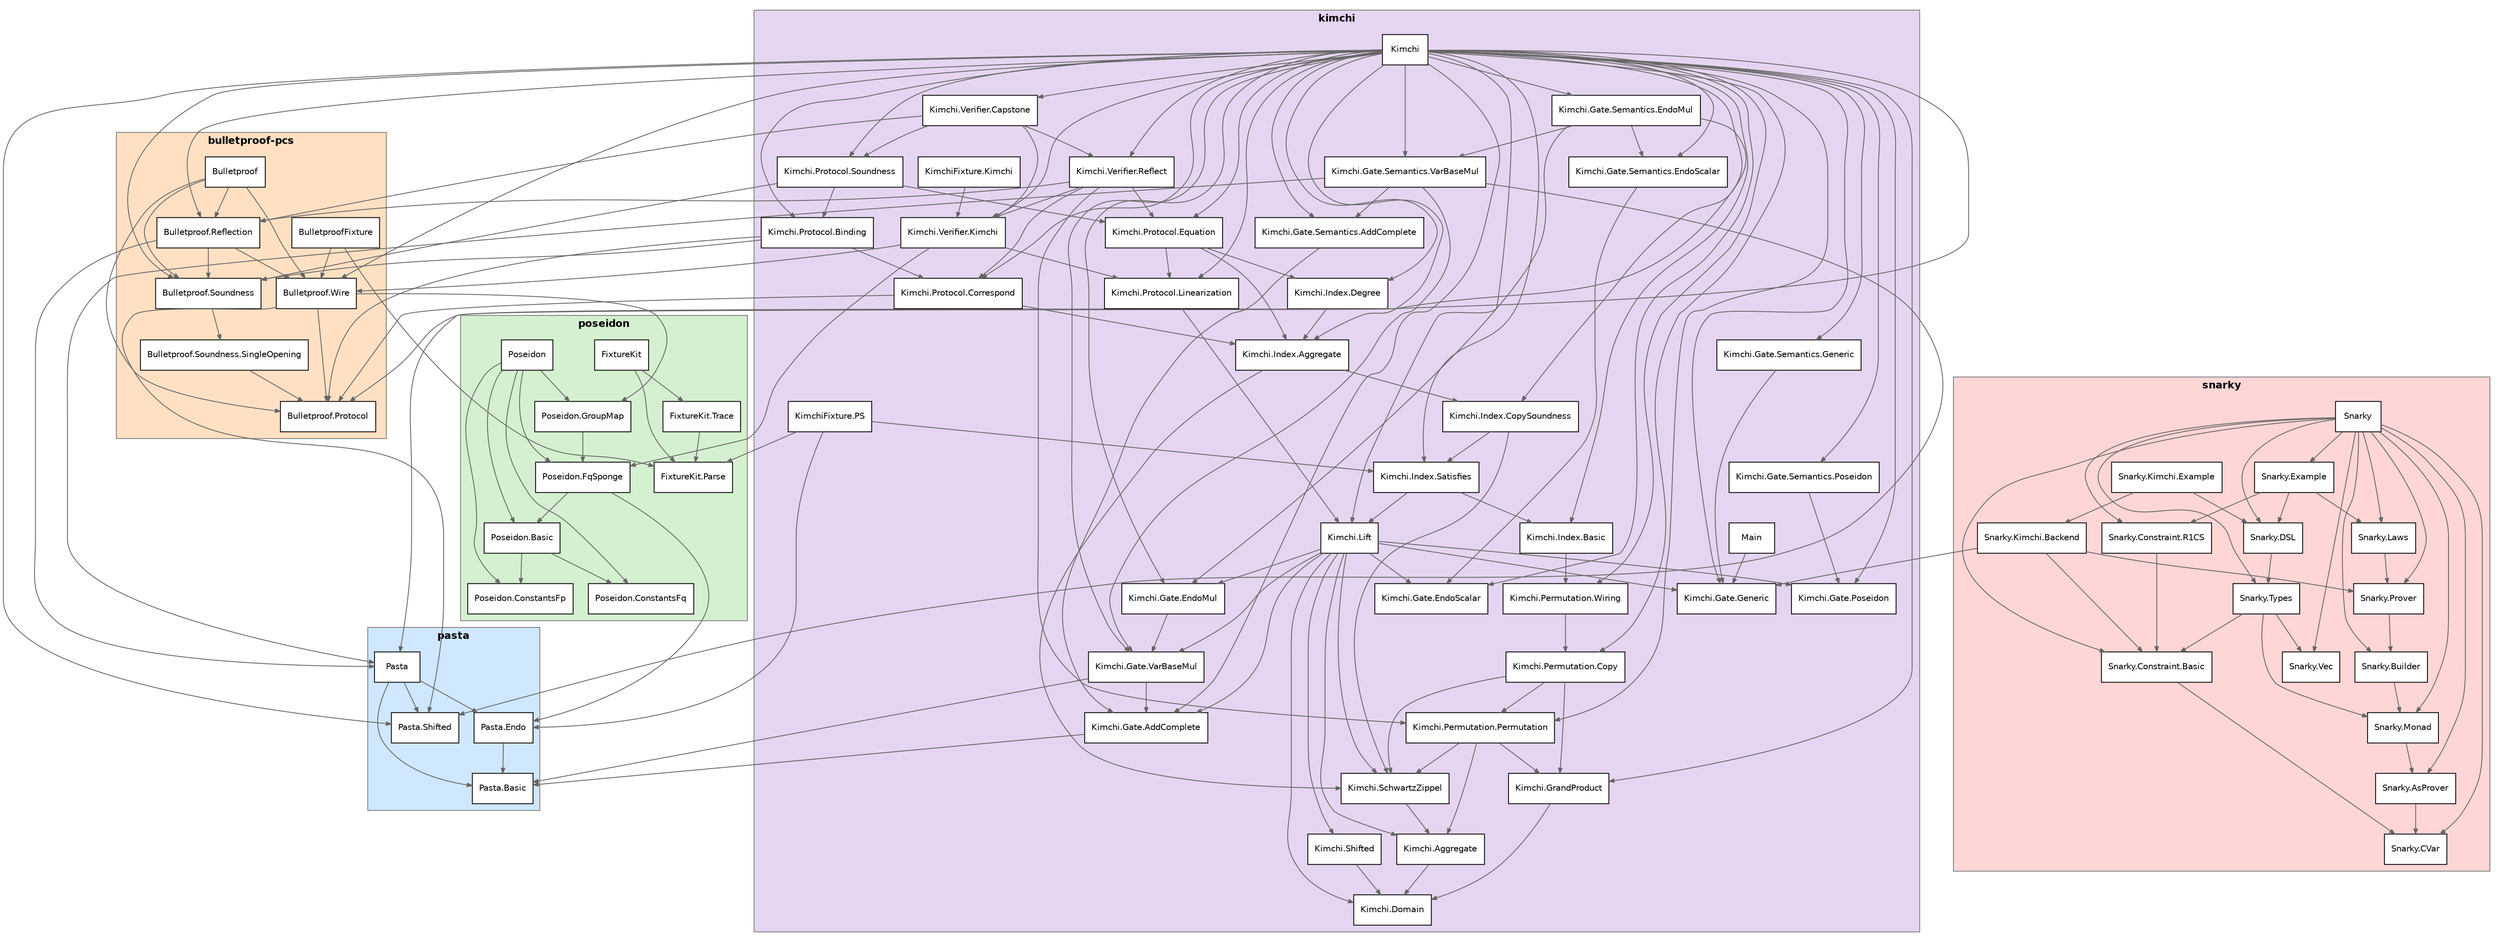
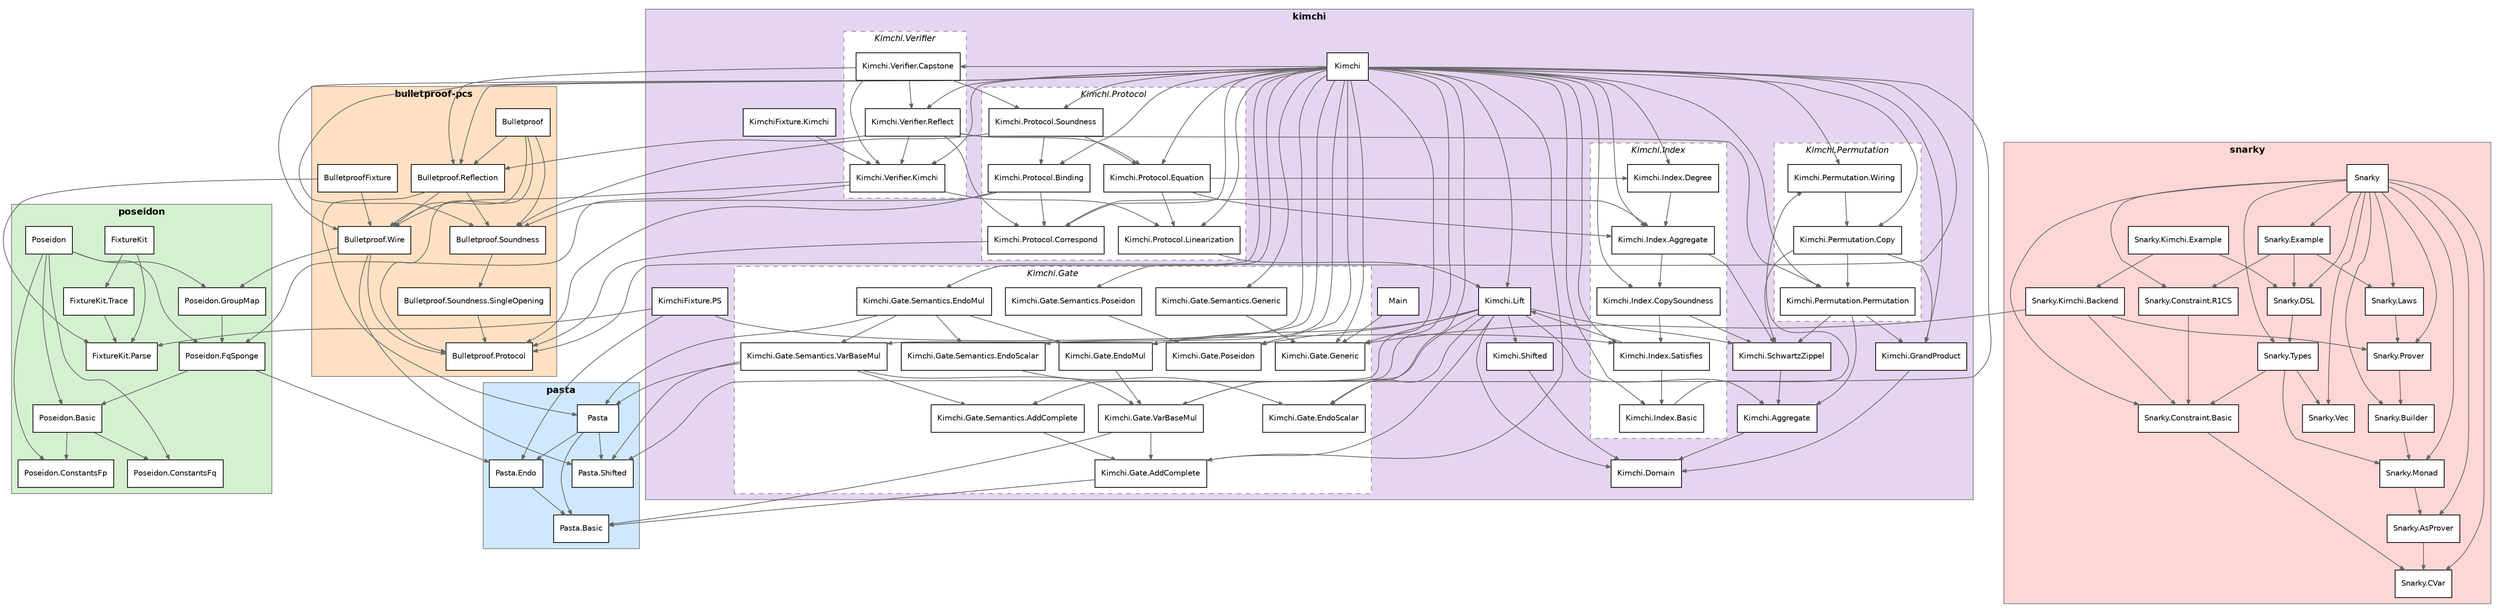
digraph "formal-modules" {
  rankdir=TB;
  node [shape=box, style=filled, fillcolor=white, fontsize=10, fontname="Helvetica"];
  edge [color=gray40, arrowsize=0.6];
  subgraph "cluster_pasta" {
    label="pasta"; style=filled; fillcolor="#cfe8ff";
    color=gray50; fontsize=12; fontname="Helvetica-Bold";
    "Pasta.Basic";
    "Pasta.Endo";
    "Pasta";
    "Pasta.Shifted";
  }
  subgraph "cluster_poseidon" {
    label="poseidon"; style=filled; fillcolor="#d5f0d0";
    color=gray50; fontsize=12; fontname="Helvetica-Bold";
    "FixtureKit";
    "FixtureKit.Parse";
    "FixtureKit.Trace";
    "Poseidon.Basic";
    "Poseidon.ConstantsFp";
    "Poseidon.ConstantsFq";
    "Poseidon.FqSponge";
    "Poseidon.GroupMap";
    "Poseidon";
  }
  subgraph "cluster_bulletproof-pcs" {
    label="bulletproof-pcs"; style=filled; fillcolor="#ffe0c2";
    color=gray50; fontsize=12; fontname="Helvetica-Bold";
    "BulletproofFixture";
    "Bulletproof";
    "Bulletproof.Protocol";
    "Bulletproof.Reflection";
    "Bulletproof.Soundness";
    "Bulletproof.Soundness.SingleOpening";
    "Bulletproof.Wire";
  }
  subgraph "cluster_kimchi" {
    label="kimchi"; style=filled; fillcolor="#e6d5f0";
    color=gray50; fontsize=12; fontname="Helvetica-Bold";
    "Kimchi.Aggregate";
    "Kimchi.Domain";
    "KimchiFixture.Kimchi";
    "KimchiFixture.PS";
-     "Kimchi.Gate.AddComplete";
-     "Kimchi.Gate.EndoMul";
-     "Kimchi.Gate.EndoScalar";
-     "Kimchi.Gate.Generic";
-     "Kimchi.Gate.Poseidon";
-     "Kimchi.Gate.Semantics.AddComplete";
-     "Kimchi.Gate.Semantics.EndoMul";
-     "Kimchi.Gate.Semantics.EndoScalar";
-     "Kimchi.Gate.Semantics.Generic";
-     "Kimchi.Gate.Semantics.Poseidon";
-     "Kimchi.Gate.Semantics.VarBaseMul";
-     "Kimchi.Gate.VarBaseMul";
    "Kimchi.GrandProduct";
-     "Kimchi.Index.Aggregate";
-     "Kimchi.Index.Basic";
-     "Kimchi.Index.CopySoundness";
-     "Kimchi.Index.Degree";
-     "Kimchi.Index.Satisfies";
    "Kimchi";
    "Kimchi.Lift";
-     "Kimchi.Permutation.Copy";
-     "Kimchi.Permutation.Permutation";
-     "Kimchi.Permutation.Wiring";
-     "Kimchi.Protocol.Binding";
-     "Kimchi.Protocol.Correspond";
-     "Kimchi.Protocol.Equation";
-     "Kimchi.Protocol.Linearization";
-     "Kimchi.Protocol.Soundness";
    "Kimchi.SchwartzZippel";
    "Kimchi.Shifted";
-     "Kimchi.Verifier.Capstone";
-     "Kimchi.Verifier.Kimchi";
-     "Kimchi.Verifier.Reflect";
    "Main";
+     subgraph "cluster_kimchi_Kimchi_Gate" {
+       label="Kimchi.Gate"; style="filled,dashed"; fillcolor=white;
+       color=gray55; fontsize=11; fontname="Helvetica-Oblique";
+       "Kimchi.Gate.AddComplete";
+       "Kimchi.Gate.EndoMul";
+       "Kimchi.Gate.EndoScalar";
+       "Kimchi.Gate.Generic";
+       "Kimchi.Gate.Poseidon";
+       "Kimchi.Gate.Semantics.AddComplete";
+       "Kimchi.Gate.Semantics.EndoMul";
+       "Kimchi.Gate.Semantics.EndoScalar";
+       "Kimchi.Gate.Semantics.Generic";
+       "Kimchi.Gate.Semantics.Poseidon";
+       "Kimchi.Gate.Semantics.VarBaseMul";
+       "Kimchi.Gate.VarBaseMul";
+     }
+     subgraph "cluster_kimchi_Kimchi_Index" {
+       label="Kimchi.Index"; style="filled,dashed"; fillcolor=white;
+       color=gray55; fontsize=11; fontname="Helvetica-Oblique";
+       "Kimchi.Index.Aggregate";
+       "Kimchi.Index.Basic";
+       "Kimchi.Index.CopySoundness";
+       "Kimchi.Index.Degree";
+       "Kimchi.Index.Satisfies";
+     }
+     subgraph "cluster_kimchi_Kimchi_Permutation" {
+       label="Kimchi.Permutation"; style="filled,dashed"; fillcolor=white;
+       color=gray55; fontsize=11; fontname="Helvetica-Oblique";
+       "Kimchi.Permutation.Copy";
+       "Kimchi.Permutation.Permutation";
+       "Kimchi.Permutation.Wiring";
+     }
+     subgraph "cluster_kimchi_Kimchi_Protocol" {
+       label="Kimchi.Protocol"; style="filled,dashed"; fillcolor=white;
+       color=gray55; fontsize=11; fontname="Helvetica-Oblique";
+       "Kimchi.Protocol.Binding";
+       "Kimchi.Protocol.Correspond";
+       "Kimchi.Protocol.Equation";
+       "Kimchi.Protocol.Linearization";
+       "Kimchi.Protocol.Soundness";
+     }
+     subgraph "cluster_kimchi_Kimchi_Verifier" {
+       label="Kimchi.Verifier"; style="filled,dashed"; fillcolor=white;
+       color=gray55; fontsize=11; fontname="Helvetica-Oblique";
+       "Kimchi.Verifier.Capstone";
+       "Kimchi.Verifier.Kimchi";
+       "Kimchi.Verifier.Reflect";
+     }
  }
  subgraph "cluster_snarky" {
    label="snarky"; style=filled; fillcolor="#ffd6d6";
    color=gray50; fontsize=12; fontname="Helvetica-Bold";
    "Snarky.AsProver";
    "Snarky.Builder";
    "Snarky.Constraint.Basic";
    "Snarky.Constraint.R1CS";
    "Snarky.CVar";
    "Snarky.DSL";
    "Snarky.Example";
    "Snarky.Kimchi.Backend";
    "Snarky.Kimchi.Example";
    "Snarky.Laws";
    "Snarky";
    "Snarky.Monad";
    "Snarky.Prover";
    "Snarky.Types";
    "Snarky.Vec";
  }
  "Pasta.Endo" -> "Pasta.Basic";
  "Pasta" -> "Pasta.Basic";
  "Pasta" -> "Pasta.Endo";
  "Pasta" -> "Pasta.Shifted";
  "FixtureKit" -> "FixtureKit.Parse";
  "FixtureKit" -> "FixtureKit.Trace";
  "FixtureKit.Trace" -> "FixtureKit.Parse";
  "Poseidon.Basic" -> "Poseidon.ConstantsFq";
  "Poseidon.Basic" -> "Poseidon.ConstantsFp";
  "Poseidon.FqSponge" -> "Poseidon.Basic";
  "Poseidon.FqSponge" -> "Pasta.Endo";
  "Poseidon.GroupMap" -> "Poseidon.FqSponge";
  "Poseidon" -> "Poseidon.ConstantsFp";
  "Poseidon" -> "Poseidon.ConstantsFq";
  "Poseidon" -> "Poseidon.Basic";
  "Poseidon" -> "Poseidon.FqSponge";
  "Poseidon" -> "Poseidon.GroupMap";
  "BulletproofFixture" -> "Bulletproof.Wire";
  "BulletproofFixture" -> "FixtureKit.Parse";
  "Bulletproof" -> "Bulletproof.Protocol";
  "Bulletproof" -> "Bulletproof.Wire";
  "Bulletproof" -> "Bulletproof.Soundness";
  "Bulletproof" -> "Bulletproof.Reflection";
  "Bulletproof.Reflection" -> "Bulletproof.Wire";
  "Bulletproof.Reflection" -> "Bulletproof.Soundness";
  "Bulletproof.Reflection" -> "Pasta";
  "Bulletproof.Soundness" -> "Bulletproof.Soundness.SingleOpening";
  "Bulletproof.Soundness.SingleOpening" -> "Bulletproof.Protocol";
  "Bulletproof.Wire" -> "Pasta.Shifted";
  "Bulletproof.Wire" -> "Poseidon.GroupMap";
  "Bulletproof.Wire" -> "Bulletproof.Protocol";
  "Kimchi.Aggregate" -> "Kimchi.Domain";
  "KimchiFixture.Kimchi" -> "Kimchi.Verifier.Kimchi";
  "KimchiFixture.PS" -> "Kimchi.Index.Satisfies";
  "KimchiFixture.PS" -> "FixtureKit.Parse";
  "KimchiFixture.PS" -> "Pasta.Endo";
  "Kimchi.Gate.AddComplete" -> "Pasta.Basic";
  "Kimchi.Gate.EndoMul" -> "Kimchi.Gate.VarBaseMul";
  "Kimchi.Gate.Semantics.AddComplete" -> "Kimchi.Gate.AddComplete";
  "Kimchi.Gate.Semantics.EndoMul" -> "Kimchi.Gate.EndoMul";
  "Kimchi.Gate.Semantics.EndoMul" -> "Kimchi.Gate.Semantics.VarBaseMul";
  "Kimchi.Gate.Semantics.EndoMul" -> "Kimchi.Gate.Semantics.EndoScalar";
  "Kimchi.Gate.Semantics.EndoMul" -> "Pasta";
  "Kimchi.Gate.Semantics.EndoScalar" -> "Kimchi.Gate.EndoScalar";
  "Kimchi.Gate.Semantics.Generic" -> "Kimchi.Gate.Generic";
  "Kimchi.Gate.Semantics.Poseidon" -> "Kimchi.Gate.Poseidon";
  "Kimchi.Gate.Semantics.VarBaseMul" -> "Kimchi.Gate.VarBaseMul";
  "Kimchi.Gate.Semantics.VarBaseMul" -> "Kimchi.Gate.Semantics.AddComplete";
  "Kimchi.Gate.Semantics.VarBaseMul" -> "Pasta";
  "Kimchi.Gate.Semantics.VarBaseMul" -> "Pasta.Shifted";
  "Kimchi.Gate.VarBaseMul" -> "Pasta.Basic";
  "Kimchi.Gate.VarBaseMul" -> "Kimchi.Gate.AddComplete";
  "Kimchi.GrandProduct" -> "Kimchi.Domain";
  "Kimchi.Index.Aggregate" -> "Kimchi.Index.CopySoundness";
  "Kimchi.Index.Aggregate" -> "Kimchi.SchwartzZippel";
  "Kimchi.Index.Basic" -> "Kimchi.Permutation.Wiring";
  "Kimchi.Index.CopySoundness" -> "Kimchi.Index.Satisfies";
  "Kimchi.Index.CopySoundness" -> "Kimchi.SchwartzZippel";
  "Kimchi.Index.Degree" -> "Kimchi.Index.Aggregate";
  "Kimchi.Index.Satisfies" -> "Kimchi.Index.Basic";
  "Kimchi.Index.Satisfies" -> "Kimchi.Lift";
  "Kimchi" -> "Pasta.Shifted";
  "Kimchi" -> "Kimchi.Gate.Generic";
  "Kimchi" -> "Kimchi.Gate.AddComplete";
  "Kimchi" -> "Kimchi.Gate.VarBaseMul";
  "Kimchi" -> "Kimchi.Gate.EndoScalar";
  "Kimchi" -> "Kimchi.Gate.EndoMul";
  "Kimchi" -> "Kimchi.Gate.Poseidon";
  "Kimchi" -> "Kimchi.Gate.Semantics.Generic";
  "Kimchi" -> "Kimchi.Gate.Semantics.AddComplete";
  "Kimchi" -> "Kimchi.Gate.Semantics.VarBaseMul";
  "Kimchi" -> "Kimchi.Gate.Semantics.EndoScalar";
  "Kimchi" -> "Kimchi.Gate.Semantics.EndoMul";
  "Kimchi" -> "Kimchi.Gate.Semantics.Poseidon";
  "Kimchi" -> "Bulletproof.Protocol";
  "Kimchi" -> "Bulletproof.Soundness";
  "Kimchi" -> "Kimchi.Lift";
  "Kimchi" -> "Kimchi.Permutation.Copy";
  "Kimchi" -> "Kimchi.Index.Basic";
  "Kimchi" -> "Kimchi.Index.Satisfies";
  "Kimchi" -> "Kimchi.Index.Aggregate";
  "Kimchi" -> "Kimchi.Index.Degree";
  "Kimchi" -> "Kimchi.Index.CopySoundness";
  "Kimchi" -> "Kimchi.Permutation.Wiring";
  "Kimchi" -> "Kimchi.Permutation.Permutation";
  "Kimchi" -> "Kimchi.GrandProduct";
  "Kimchi" -> "Bulletproof.Wire";
  "Kimchi" -> "Kimchi.Protocol.Linearization";
  "Kimchi" -> "Kimchi.Protocol.Equation";
  "Kimchi" -> "Kimchi.Protocol.Correspond";
  "Kimchi" -> "Kimchi.Protocol.Binding";
  "Kimchi" -> "Kimchi.Protocol.Soundness";
  "Kimchi" -> "Bulletproof.Reflection";
  "Kimchi" -> "Kimchi.Verifier.Kimchi";
  "Kimchi" -> "Kimchi.Verifier.Reflect";
  "Kimchi" -> "Kimchi.Verifier.Capstone";
  "Kimchi.Lift" -> "Kimchi.Domain";
  "Kimchi.Lift" -> "Kimchi.Shifted";
  "Kimchi.Lift" -> "Kimchi.Aggregate";
  "Kimchi.Lift" -> "Kimchi.SchwartzZippel";
  "Kimchi.Lift" -> "Kimchi.Gate.AddComplete";
  "Kimchi.Lift" -> "Kimchi.Gate.VarBaseMul";
  "Kimchi.Lift" -> "Kimchi.Gate.EndoMul";
  "Kimchi.Lift" -> "Kimchi.Gate.EndoScalar";
  "Kimchi.Lift" -> "Kimchi.Gate.Poseidon";
  "Kimchi.Lift" -> "Kimchi.Gate.Generic";
  "Kimchi.Permutation.Copy" -> "Kimchi.GrandProduct";
  "Kimchi.Permutation.Copy" -> "Kimchi.Permutation.Permutation";
  "Kimchi.Permutation.Copy" -> "Kimchi.SchwartzZippel";
  "Kimchi.Permutation.Permutation" -> "Kimchi.Aggregate";
  "Kimchi.Permutation.Permutation" -> "Kimchi.SchwartzZippel";
  "Kimchi.Permutation.Permutation" -> "Kimchi.GrandProduct";
  "Kimchi.Permutation.Wiring" -> "Kimchi.Permutation.Copy";
  "Kimchi.Protocol.Binding" -> "Bulletproof.Protocol";
  "Kimchi.Protocol.Binding" -> "Bulletproof.Soundness";
  "Kimchi.Protocol.Binding" -> "Kimchi.Protocol.Correspond";
  "Kimchi.Protocol.Correspond" -> "Kimchi.Index.Aggregate";
  "Kimchi.Protocol.Correspond" -> "Bulletproof.Protocol";
  "Kimchi.Protocol.Equation" -> "Kimchi.Protocol.Linearization";
  "Kimchi.Protocol.Equation" -> "Kimchi.Index.Aggregate";
  "Kimchi.Protocol.Equation" -> "Kimchi.Index.Degree";
  "Kimchi.Protocol.Linearization" -> "Kimchi.Lift";
  "Kimchi.Protocol.Soundness" -> "Bulletproof.Soundness";
  "Kimchi.Protocol.Soundness" -> "Kimchi.Protocol.Binding";
  "Kimchi.Protocol.Soundness" -> "Kimchi.Protocol.Equation";
  "Kimchi.SchwartzZippel" -> "Kimchi.Aggregate";
  "Kimchi.Shifted" -> "Kimchi.Domain";
  "Kimchi.Verifier.Capstone" -> "Kimchi.Protocol.Soundness";
  "Kimchi.Verifier.Capstone" -> "Kimchi.Verifier.Kimchi";
  "Kimchi.Verifier.Capstone" -> "Bulletproof.Reflection";
  "Kimchi.Verifier.Capstone" -> "Kimchi.Verifier.Reflect";
  "Kimchi.Verifier.Kimchi" -> "Bulletproof.Wire";
  "Kimchi.Verifier.Kimchi" -> "Kimchi.Protocol.Linearization";
  "Kimchi.Verifier.Kimchi" -> "Poseidon.FqSponge";
  "Kimchi.Verifier.Reflect" -> "Kimchi.Verifier.Kimchi";
  "Kimchi.Verifier.Reflect" -> "Bulletproof.Reflection";
  "Kimchi.Verifier.Reflect" -> "Kimchi.Protocol.Correspond";
  "Kimchi.Verifier.Reflect" -> "Kimchi.Protocol.Equation";
  "Kimchi.Verifier.Reflect" -> "Kimchi.Permutation.Permutation";
  "Main" -> "Kimchi.Gate.Generic";
  "Snarky.AsProver" -> "Snarky.CVar";
  "Snarky.Builder" -> "Snarky.Monad";
  "Snarky.Constraint.Basic" -> "Snarky.CVar";
  "Snarky.Constraint.R1CS" -> "Snarky.Constraint.Basic";
  "Snarky.DSL" -> "Snarky.Types";
  "Snarky.Example" -> "Snarky.DSL";
  "Snarky.Example" -> "Snarky.Constraint.R1CS";
  "Snarky.Example" -> "Snarky.Laws";
  "Snarky.Kimchi.Backend" -> "Snarky.Constraint.Basic";
  "Snarky.Kimchi.Backend" -> "Snarky.Prover";
  "Snarky.Kimchi.Backend" -> "Kimchi.Gate.Generic";
  "Snarky.Kimchi.Example" -> "Snarky.Kimchi.Backend";
  "Snarky.Kimchi.Example" -> "Snarky.DSL";
  "Snarky.Laws" -> "Snarky.Prover";
  "Snarky" -> "Snarky.CVar";
  "Snarky" -> "Snarky.AsProver";
  "Snarky" -> "Snarky.Monad";
  "Snarky" -> "Snarky.Builder";
  "Snarky" -> "Snarky.Prover";
  "Snarky" -> "Snarky.Vec";
  "Snarky" -> "Snarky.Constraint.Basic";
  "Snarky" -> "Snarky.Constraint.R1CS";
  "Snarky" -> "Snarky.Types";
  "Snarky" -> "Snarky.DSL";
  "Snarky" -> "Snarky.Laws";
  "Snarky" -> "Snarky.Example";
  "Snarky.Monad" -> "Snarky.AsProver";
  "Snarky.Prover" -> "Snarky.Builder";
  "Snarky.Types" -> "Snarky.Monad";
  "Snarky.Types" -> "Snarky.Vec";
  "Snarky.Types" -> "Snarky.Constraint.Basic";
}
